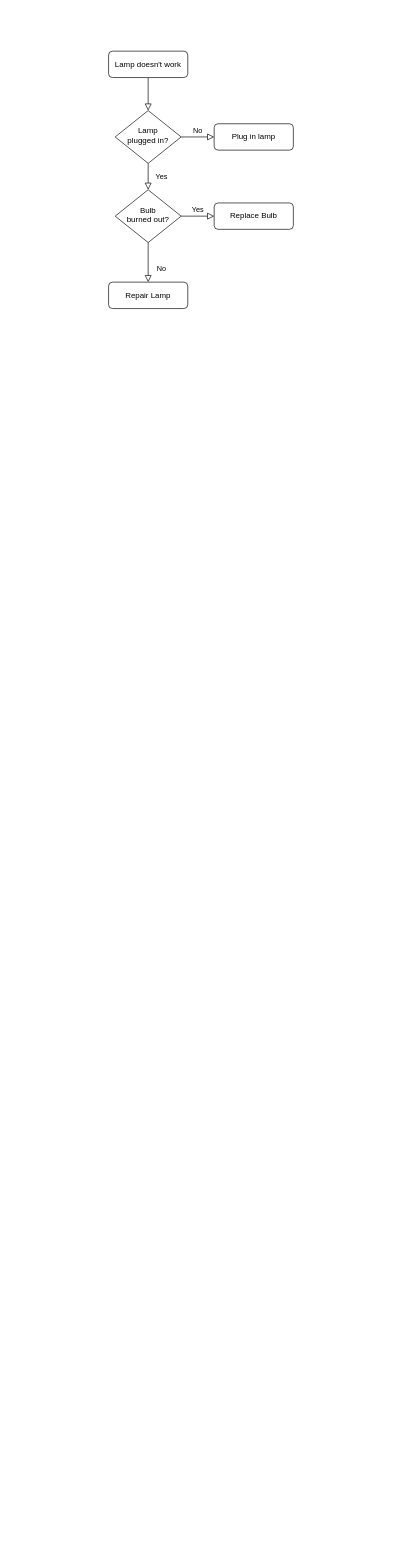
Before: 未命名绘图.drawio in stormwasd/draw_io, a draw.io diagram. Source tidied: cells renumbered, new cells numbered last; positions are measured from the earlier drawing's top-left corner, leaving out a move shared by most shapes. Both pictures are drawn from the tidied source at 66%, with x=0, y=0 at pixel (108, 51).
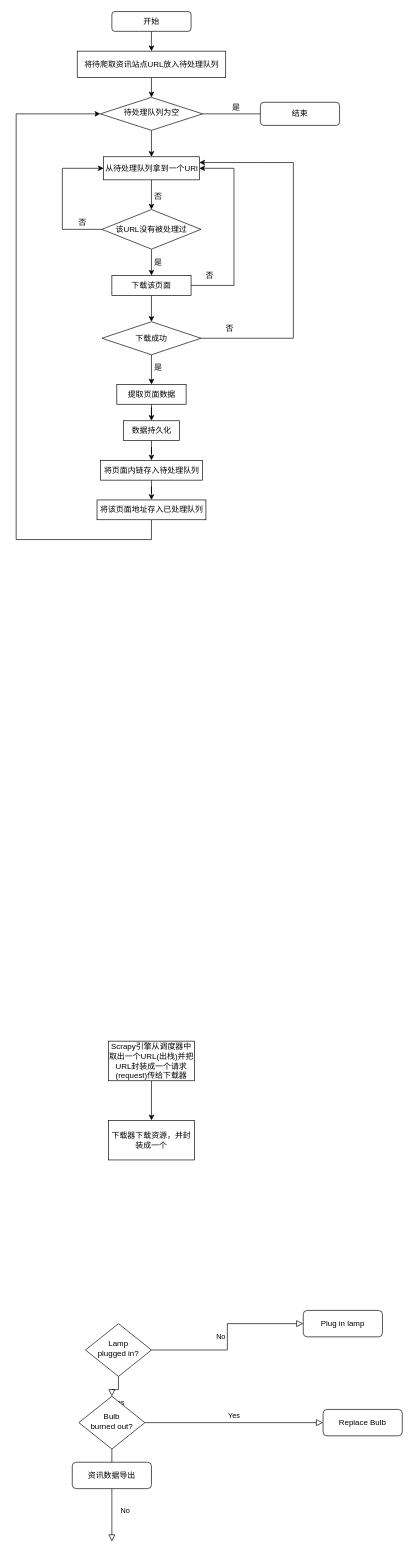
After the change.

Commit message:
数据采集流程分析.drawio

Change to the diagram source:
```diff
@@
-    <mxCell id="2" style="rounded=0;html=1;jettySize=auto;fontSize=11;endArrow=block;endFill=0;endSize=8;strokeWidth=1;shadow=0;labelBackgroundColor=none;edgeStyle=orthogonalEdgeStyle;" parent="1" edge="1" source="3" target="6">
-      <mxGeometry relative="1" as="geometry" />
-    </mxCell>
+    <mxCell id="13" style="edgeStyle=orthogonalEdgeStyle;rounded=0;jettySize=auto;html=1;" parent="1" edge="1" source="3">
+      <mxGeometry relative="1" as="geometry">
+        <mxPoint x="65" as="targetPoint" />
+      </mxGeometry>
+    </mxCell>
-    <mxCell id="3" value="Lamp doesn't work" style="rounded=1;whiteSpace=wrap;html=1;fontSize=12;glass=0;strokeWidth=1;shadow=0;" parent="1" vertex="1">
-      <mxGeometry width="120" height="40" as="geometry" />
+    <mxCell id="3" value="开始" style="rounded=1;whiteSpace=wrap;html=1;fontSize=12;glass=0;strokeWidth=1;shadow=0;" parent="1" vertex="1">
+      <mxGeometry x="5" y="-60" width="120" height="30" as="geometry" />
     </mxCell>
@@
     <mxCell id="6" value="Lamp&lt;br&gt;plugged in?" style="rhombus;whiteSpace=wrap;html=1;shadow=0;fontFamily=Helvetica;fontSize=12;align=center;strokeWidth=1;spacing=6;spacingTop=-4;" parent="1" vertex="1">
-      <mxGeometry x="10" y="90" width="100" height="80" as="geometry" />
+      <mxGeometry x="-35" y="1928" width="100" height="80" as="geometry" />
     </mxCell>
     <mxCell id="7" value="Plug in lamp" style="rounded=1;whiteSpace=wrap;html=1;fontSize=12;glass=0;strokeWidth=1;shadow=0;" parent="1" vertex="1">
-      <mxGeometry x="160" y="110" width="120" height="40" as="geometry" />
+      <mxGeometry x="295" y="1908" width="120" height="40" as="geometry" />
     </mxCell>
-    <mxCell id="8" value="No" style="rounded=0;html=1;jettySize=auto;fontSize=11;endArrow=block;endFill=0;endSize=8;strokeWidth=1;shadow=0;labelBackgroundColor=none;edgeStyle=orthogonalEdgeStyle;" parent="1" edge="1" source="10" target="11">
-      <mxGeometry x="0.33" y="20" relative="1" as="geometry" />
+    <mxCell id="8" value="No" style="rounded=0;html=1;jettySize=auto;fontSize=11;endArrow=block;endFill=0;endSize=8;strokeWidth=1;shadow=0;labelBackgroundColor=none;edgeStyle=orthogonalEdgeStyle;" parent="1" edge="1" source="10">
+      <mxGeometry x="0.33" y="20" relative="1" as="geometry">
+        <mxPoint x="5" y="2258" as="targetPoint" />
+      </mxGeometry>
     </mxCell>
@@
     <mxCell id="10" value="Bulb&lt;br&gt;burned out?" style="rhombus;whiteSpace=wrap;html=1;shadow=0;fontFamily=Helvetica;fontSize=12;align=center;strokeWidth=1;spacing=6;spacingTop=-4;" parent="1" vertex="1">
-      <mxGeometry x="10" y="210" width="100" height="80" as="geometry" />
+      <mxGeometry x="-45" y="2038" width="100" height="80" as="geometry" />
     </mxCell>
-    <mxCell id="11" value="Repair Lamp" style="rounded=1;whiteSpace=wrap;html=1;fontSize=12;glass=0;strokeWidth=1;shadow=0;" parent="1" vertex="1">
-      <mxGeometry y="350" width="120" height="40" as="geometry" />
+    <mxCell id="11" value="资讯数据导出" style="rounded=1;whiteSpace=wrap;html=1;fontSize=12;glass=0;strokeWidth=1;shadow=0;" parent="1" vertex="1">
+      <mxGeometry x="-55" y="2138" width="120" height="40" as="geometry" />
     </mxCell>
     <mxCell id="12" value="Replace Bulb" style="rounded=1;whiteSpace=wrap;html=1;fontSize=12;glass=0;strokeWidth=1;shadow=0;" parent="1" vertex="1">
-      <mxGeometry x="160" y="230" width="120" height="40" as="geometry" />
+      <mxGeometry x="325" y="2058" width="120" height="40" as="geometry" />
     </mxCell>
+    <mxCell id="14" style="edgeStyle=orthogonalEdgeStyle;rounded=0;jettySize=auto;html=1;" parent="1" edge="1" source="15" target="16">
+      <mxGeometry relative="1" as="geometry" />
+    </mxCell>
+    <mxCell id="15" value="Scrapy引擎从调度器中取出一个URL(出栈)并把URL封装成一个请求(request)传给下载器" style="whiteSpace=wrap;html=1;rounded=0;" parent="1" vertex="1">
+      <mxGeometry y="1500" width="130" height="60" as="geometry" />
+    </mxCell>
+    <mxCell id="16" value="下载器下载资源，并封装成一个" style="whiteSpace=wrap;html=1;rounded=0;" parent="1" vertex="1">
+      <mxGeometry y="1620" width="130" height="60" as="geometry" />
+    </mxCell>
+    <mxCell id="17" style="edgeStyle=orthogonalEdgeStyle;rounded=0;orthogonalLoop=1;jettySize=auto;html=1;" parent="1" edge="1">
+      <mxGeometry relative="1" as="geometry">
+        <mxPoint x="65" y="40" as="sourcePoint" />
+        <mxPoint x="65" y="70" as="targetPoint" />
+      </mxGeometry>
+    </mxCell>
+    <mxCell id="18" style="edgeStyle=orthogonalEdgeStyle;rounded=0;jettySize=auto;html=1;exitX=1;exitY=0.5;exitDx=0;exitDy=0;entryX=0;entryY=0.5;entryDx=0;entryDy=0;" parent="1" edge="1" source="20" target="21">
+      <mxGeometry relative="1" as="geometry">
+        <Array as="points">
+          <mxPoint x="240" y="95" />
+        </Array>
+      </mxGeometry>
+    </mxCell>
+    <mxCell id="19" style="edgeStyle=orthogonalEdgeStyle;rounded=0;jettySize=auto;html=1;entryX=0.5;entryY=0;entryDx=0;entryDy=0;" parent="1" edge="1" source="20" target="25">
+      <mxGeometry relative="1" as="geometry" />
+    </mxCell>
+    <mxCell id="20" value="待处理队列为空" style="rhombus;whiteSpace=wrap;html=1;shadow=0;fontFamily=Helvetica;fontSize=12;align=center;strokeWidth=1;spacing=6;spacingTop=-4;" parent="1" vertex="1">
+      <mxGeometry x="-12.5" y="70" width="155" height="50" as="geometry" />
+    </mxCell>
+    <mxCell id="21" value="结束" style="rounded=1;whiteSpace=wrap;html=1;fontSize=12;glass=0;strokeWidth=1;shadow=0;" parent="1" vertex="1">
+      <mxGeometry x="230" y="77.5" width="120" height="35" as="geometry" />
+    </mxCell>
+    <mxCell id="22" value="是" style="text;html=1;align=center;verticalAlign=middle;strokeColor=none;fillColor=none;" parent="1" vertex="1">
+      <mxGeometry x="177.5" y="75" width="30" height="20" as="geometry" />
+    </mxCell>
+    <mxCell id="23" value="&lt;span&gt;将待爬取资讯站点URL放入待处理队列&lt;/span&gt;" style="rounded=0;whiteSpace=wrap;html=1;" parent="1" vertex="1">
+      <mxGeometry x="-47.5" width="225" height="40" as="geometry" />
+    </mxCell>
+    <mxCell id="24" style="edgeStyle=orthogonalEdgeStyle;rounded=0;jettySize=auto;html=1;" parent="1" edge="1" source="25" target="29">
+      <mxGeometry relative="1" as="geometry" />
+    </mxCell>
+    <mxCell id="25" value="从待处理队列拿到一个URl" style="rounded=0;whiteSpace=wrap;html=1;" parent="1" vertex="1">
+      <mxGeometry x="-7.5" y="160" width="145" height="35" as="geometry" />
+    </mxCell>
+    <mxCell id="26" value="否" style="text;html=1;align=center;verticalAlign=middle;strokeColor=none;fillColor=none;" parent="1" vertex="1">
+      <mxGeometry x="60" y="210" width="30" height="20" as="geometry" />
+    </mxCell>
+    <mxCell id="27" style="edgeStyle=orthogonalEdgeStyle;rounded=0;jettySize=auto;html=1;entryX=0.5;entryY=0;entryDx=0;entryDy=0;" parent="1" edge="1" source="29" target="32">
+      <mxGeometry relative="1" as="geometry" />
+    </mxCell>
+    <mxCell id="28" style="edgeStyle=orthogonalEdgeStyle;rounded=0;jettySize=auto;html=1;entryX=0;entryY=0.5;entryDx=0;entryDy=0;strokeColor=default;" parent="1" edge="1" source="29" target="25">
+      <mxGeometry relative="1" as="geometry">
+        <Array as="points">
+          <mxPoint x="-70" y="270" />
+          <mxPoint x="-70" y="178" />
+        </Array>
+      </mxGeometry>
+    </mxCell>
+    <mxCell id="29" value="该URL没有被处理过" style="rhombus;whiteSpace=wrap;html=1;" parent="1" vertex="1">
+      <mxGeometry x="-10" y="240" width="150" height="60" as="geometry" />
+    </mxCell>
+    <mxCell id="30" style="edgeStyle=orthogonalEdgeStyle;rounded=0;jettySize=auto;html=1;entryX=0.5;entryY=0;entryDx=0;entryDy=0;strokeColor=default;" parent="1" edge="1" source="32" target="37">
+      <mxGeometry relative="1" as="geometry" />
+    </mxCell>
+    <mxCell id="31" style="edgeStyle=orthogonalEdgeStyle;rounded=0;jettySize=auto;html=1;entryX=1;entryY=0.5;entryDx=0;entryDy=0;strokeColor=default;" parent="1" edge="1" source="32" target="25">
+      <mxGeometry relative="1" as="geometry">
+        <Array as="points">
+          <mxPoint x="190" y="355" />
+          <mxPoint x="190" y="178" />
+        </Array>
+      </mxGeometry>
+    </mxCell>
+    <mxCell id="32" value="下载该页面" style="rounded=0;whiteSpace=wrap;html=1;" parent="1" vertex="1">
+      <mxGeometry x="5" y="340" width="120" height="30" as="geometry" />
+    </mxCell>
+    <mxCell id="33" value="是" style="text;html=1;align=center;verticalAlign=middle;strokeColor=none;fillColor=none;" parent="1" vertex="1">
+      <mxGeometry x="60" y="310" width="30" height="20" as="geometry" />
+    </mxCell>
+    <mxCell id="34" value="否" style="text;html=1;align=center;verticalAlign=middle;strokeColor=none;fillColor=none;" parent="1" vertex="1">
+      <mxGeometry x="-55" y="250" width="30" height="20" as="geometry" />
+    </mxCell>
+    <mxCell id="35" style="edgeStyle=orthogonalEdgeStyle;rounded=0;jettySize=auto;html=1;entryX=0.5;entryY=0;entryDx=0;entryDy=0;strokeColor=default;" parent="1" edge="1" source="37" target="39">
+      <mxGeometry relative="1" as="geometry" />
+    </mxCell>
+    <mxCell id="36" style="edgeStyle=orthogonalEdgeStyle;rounded=0;jettySize=auto;html=1;entryX=1;entryY=0.25;entryDx=0;entryDy=0;strokeColor=default;" parent="1" edge="1" source="37" target="25">
+      <mxGeometry relative="1" as="geometry">
+        <Array as="points">
+          <mxPoint x="280" y="435" />
+          <mxPoint x="280" y="169" />
+        </Array>
+      </mxGeometry>
+    </mxCell>
+    <mxCell id="37" value="下载成功" style="rhombus;whiteSpace=wrap;html=1;" parent="1" vertex="1">
+      <mxGeometry x="-10" y="410" width="150" height="50" as="geometry" />
+    </mxCell>
+    <mxCell id="38" style="edgeStyle=orthogonalEdgeStyle;rounded=0;jettySize=auto;html=1;entryX=0.5;entryY=0;entryDx=0;entryDy=0;strokeColor=default;" parent="1" edge="1" source="39" target="47">
+      <mxGeometry relative="1" as="geometry" />
+    </mxCell>
+    <mxCell id="39" value="提取页面数据" style="rounded=0;whiteSpace=wrap;html=1;" parent="1" vertex="1">
+      <mxGeometry x="12.5" y="505" width="105" height="30" as="geometry" />
+    </mxCell>
+    <mxCell id="40" value="是" style="text;html=1;align=center;verticalAlign=middle;strokeColor=none;fillColor=none;" parent="1" vertex="1">
+      <mxGeometry x="60" y="470" width="30" height="20" as="geometry" />
+    </mxCell>
+    <mxCell id="41" style="edgeStyle=orthogonalEdgeStyle;rounded=0;jettySize=auto;html=1;entryX=0.5;entryY=0;entryDx=0;entryDy=0;strokeColor=default;" parent="1" edge="1" source="42" target="44">
+      <mxGeometry relative="1" as="geometry" />
+    </mxCell>
+    <mxCell id="42" value="将页面内链存入待处理队列" style="rounded=0;whiteSpace=wrap;html=1;" parent="1" vertex="1">
+      <mxGeometry x="-12.5" y="620" width="155" height="30" as="geometry" />
+    </mxCell>
+    <mxCell id="43" style="edgeStyle=orthogonalEdgeStyle;rounded=0;jettySize=auto;html=1;entryX=0;entryY=0.5;entryDx=0;entryDy=0;strokeColor=default;" parent="1" edge="1" source="44" target="20">
+      <mxGeometry relative="1" as="geometry">
+        <Array as="points">
+          <mxPoint x="65" y="740" />
+          <mxPoint x="-140" y="740" />
+          <mxPoint x="-140" y="95" />
+        </Array>
+      </mxGeometry>
+    </mxCell>
+    <mxCell id="44" value="将该页面地址存入已处理队列" style="rounded=0;whiteSpace=wrap;html=1;" parent="1" vertex="1">
+      <mxGeometry x="-17.5" y="680" width="165" height="30" as="geometry" />
+    </mxCell>
+    <mxCell id="45" value="否" style="text;html=1;align=center;verticalAlign=middle;strokeColor=none;fillColor=none;" parent="1" vertex="1">
+      <mxGeometry x="137.5" y="330" width="30" height="20" as="geometry" />
+    </mxCell>
+    <mxCell id="46" style="edgeStyle=orthogonalEdgeStyle;rounded=0;jettySize=auto;html=1;entryX=0.5;entryY=0;entryDx=0;entryDy=0;strokeColor=default;" parent="1" edge="1" source="47" target="42">
+      <mxGeometry relative="1" as="geometry" />
+    </mxCell>
+    <mxCell id="47" value="数据持久化" style="rounded=0;whiteSpace=wrap;html=1;" parent="1" vertex="1">
+      <mxGeometry x="22.5" y="560" width="85" height="30" as="geometry" />
+    </mxCell>
+    <mxCell id="48" value="否" style="text;html=1;align=center;verticalAlign=middle;strokeColor=none;fillColor=none;" parent="1" vertex="1">
+      <mxGeometry x="167.5" y="410" width="30" height="20" as="geometry" />
+    </mxCell>
```
